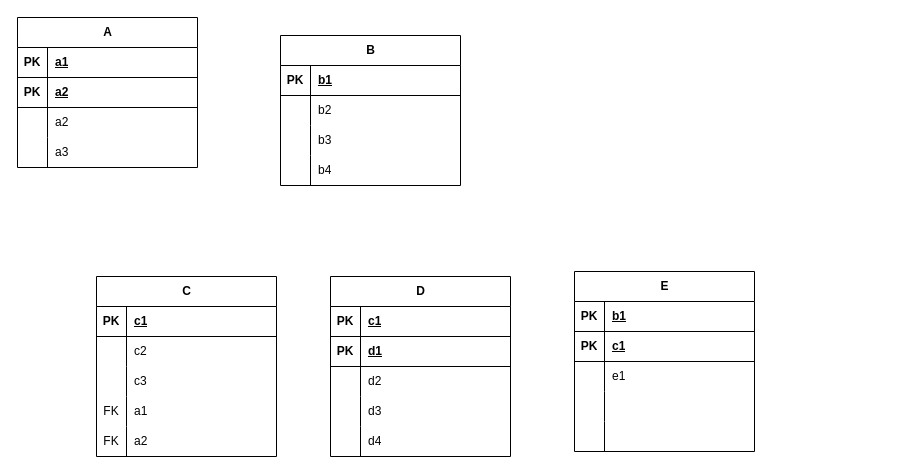
Before: ej7.drawio in DamianPiuselli/Diagrams, a draw.io diagram. Source tidied: cells renumbered, new cells numbered last; positions are measured from the earlier drawing's top-left corner, leaving out a move shared by most shapes. Both pictures are drawn from the tidied source at 100%, with x=0, y=0 at pixel (17, 17).
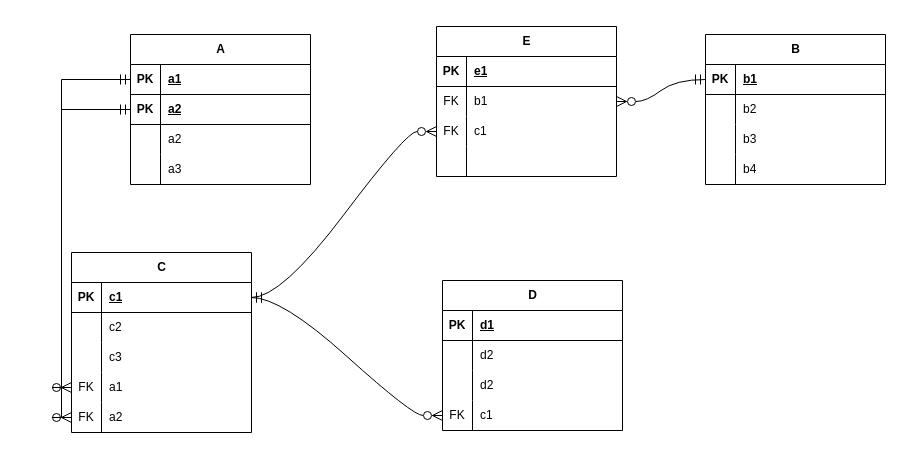
The same diagram, later.

The change refers to these unchanged cells:
```xml
<mxCell id="3" style="shape=tableRow;horizontal=0;startSize=0;swimlaneHead=0;swimlaneBody=0;fillColor=none;points=[[0,0.5],[1,0.5]];portConstraint=eastwest;top=0;left=0;right=0;bottom=1;" parent="2" vertex="1">
  <mxGeometry y="30" width="180" height="30" as="geometry" />
</mxCell>
<mxCell id="6" style="shape=tableRow;horizontal=0;startSize=0;swimlaneHead=0;swimlaneBody=0;fillColor=none;points=[[0,0.5],[1,0.5]];portConstraint=eastwest;top=0;left=0;right=0;bottom=1;" parent="2" vertex="1">
  <mxGeometry y="60" width="180" height="30" as="geometry" />
</mxCell>
<mxCell id="16" style="shape=tableRow;horizontal=0;startSize=0;swimlaneHead=0;swimlaneBody=0;fillColor=none;points=[[0,0.5],[1,0.5]];portConstraint=eastwest;top=0;left=0;right=0;bottom=1;" parent="15" vertex="1">
  <mxGeometry y="30" width="180" height="30" as="geometry" />
</mxCell>
<mxCell id="29" style="shape=tableRow;horizontal=0;startSize=0;swimlaneHead=0;swimlaneBody=0;fillColor=none;points=[[0,0.5],[1,0.5]];portConstraint=eastwest;top=0;left=0;right=0;bottom=1;" parent="28" vertex="1">
  <mxGeometry y="30" width="180" height="30" as="geometry" />
</mxCell>
<mxCell id="38" style="shape=tableRow;horizontal=0;startSize=0;swimlaneHead=0;swimlaneBody=0;fillColor=none;points=[[0,0.5],[1,0.5]];portConstraint=eastwest;top=0;left=0;right=0;bottom=0;" parent="28" vertex="1">
  <mxGeometry y="120" width="180" height="30" as="geometry" />
</mxCell>
<mxCell id="41" style="shape=tableRow;horizontal=0;startSize=0;swimlaneHead=0;swimlaneBody=0;fillColor=none;points=[[0,0.5],[1,0.5]];portConstraint=eastwest;top=0;left=0;right=0;bottom=0;" parent="28" vertex="1">
  <mxGeometry y="150" width="180" height="30" as="geometry" />
</mxCell>
```

Change to the diagram source:
```diff
@@
     <mxCell id="2" value="A" style="shape=table;startSize=30;childLayout=tableLayout;rowLines=0;fontStyle=1;align=center;html=1;" parent="1" vertex="1">
-      <mxGeometry width="180" height="150" as="geometry" />
+      <mxGeometry x="113" y="17" width="180" height="150" as="geometry" />
     </mxCell>
@@
     <mxCell id="15" value="B" style="shape=table;startSize=30;childLayout=tableLayout;rowLines=0;fontStyle=1;align=center;html=1;" parent="1" vertex="1">
-      <mxGeometry x="263" y="18" width="180" height="150" as="geometry" />
+      <mxGeometry x="688" y="17" width="180" height="150" as="geometry" />
     </mxCell>
@@
     <mxCell id="28" value="C" style="shape=table;startSize=30;childLayout=tableLayout;rowLines=0;fontStyle=1;align=center;html=1;" parent="1" vertex="1">
-      <mxGeometry x="79" y="259" width="180" height="180" as="geometry" />
+      <mxGeometry x="54" y="235" width="180" height="180" as="geometry" />
     </mxCell>
@@
+    <mxCell id="76" style="edgeStyle=orthogonalEdgeStyle;fontSize=12;html=1;endArrow=ERmandOne;startArrow=ERzeroToMany;rounded=0;startSize=8;endSize=8;entryX=0;entryY=0.5;entryDx=0;entryDy=0;exitX=0;exitY=0.5;exitDx=0;exitDy=0;startFill=0;" parent="1" edge="1" source="38" target="3">
+      <mxGeometry relative="1" as="geometry" />
+    </mxCell>
+    <mxCell id="77" style="edgeStyle=orthogonalEdgeStyle;fontSize=12;html=1;endArrow=ERmandOne;startArrow=ERzeroToMany;rounded=0;startSize=8;endSize=8;exitX=0;exitY=0.5;exitDx=0;exitDy=0;startFill=0;" parent="1" edge="1" source="41" target="6">
+      <mxGeometry relative="1" as="geometry" />
+    </mxCell>
+    <mxCell id="78" style="edgeStyle=entityRelationEdgeStyle;fontSize=12;html=1;endArrow=ERzeroToMany;startArrow=ERmandOne;rounded=0;startSize=8;endSize=8;curved=1;exitX=1;exitY=0.25;exitDx=0;exitDy=0;entryX=0;entryY=0.5;entryDx=0;entryDy=0;endFill=0;" parent="1" edge="1" source="28" target="89">
+      <mxGeometry relative="1" as="geometry" />
+    </mxCell>
+    <mxCell id="79" style="edgeStyle=entityRelationEdgeStyle;fontSize=12;html=1;endArrow=ERmandOne;startArrow=ERzeroToMany;rounded=0;startSize=8;endSize=8;curved=1;entryX=0;entryY=0.5;entryDx=0;entryDy=0;startFill=0;exitX=1;exitY=0.5;exitDx=0;exitDy=0;" parent="1" edge="1" source="94" target="16">
+      <mxGeometry relative="1" as="geometry" />
+    </mxCell>
+    <mxCell id="80" style="edgeStyle=entityRelationEdgeStyle;fontSize=12;html=1;endArrow=ERzeroToMany;startArrow=ERmandOne;rounded=0;startSize=8;endSize=8;curved=1;exitX=1;exitY=0.5;exitDx=0;exitDy=0;entryX=0;entryY=0.5;entryDx=0;entryDy=0;endFill=0;" parent="1" edge="1" source="29" target="96">
+      <mxGeometry relative="1" as="geometry" />
+    </mxCell>
     <mxCell id="44" value="D" style="shape=table;startSize=30;childLayout=tableLayout;rowLines=0;fontStyle=1;align=center;html=1;" parent="1" vertex="1">
-      <mxGeometry x="313" y="259" width="180" height="180" as="geometry" />
+      <mxGeometry x="425" y="263" width="180" height="150" as="geometry" />
     </mxCell>
-    <mxCell id="45" style="shape=tableRow;horizontal=0;startSize=0;swimlaneHead=0;swimlaneBody=0;fillColor=none;top=0;left=0;right=0;bottom=1;" parent="44" vertex="1">
-      <mxGeometry y="30" width="180" height="30" as="geometry" />
-    </mxCell>
-    <mxCell id="46" value="PK" style="shape=partialRectangle;fillColor=none;top=0;left=0;bottom=0;right=0;fontStyle=1;overflow=hidden;whiteSpace=wrap;html=1;" parent="45" vertex="1">
-      <mxGeometry width="30" height="30" as="geometry" />
-    </mxCell>
-    <mxCell id="47" value="c1" style="shape=partialRectangle;fillColor=none;top=0;left=0;bottom=0;right=0;align=left;spacingLeft=6;fontStyle=5;overflow=hidden;whiteSpace=wrap;html=1;" parent="45" vertex="1">
-      <mxGeometry x="30" width="150" height="30" as="geometry" />
-    </mxCell>
-    <mxCell id="48" style="shape=tableRow;horizontal=0;startSize=0;swimlaneHead=0;swimlaneBody=0;fillColor=none;top=0;left=0;right=0;bottom=1;" parent="44" vertex="1">
-      <mxGeometry y="60" width="180" height="30" as="geometry" />
-    </mxCell>
-    <mxCell id="49" value="PK" style="shape=partialRectangle;fillColor=none;top=0;left=0;bottom=0;right=0;fontStyle=1;overflow=hidden;whiteSpace=wrap;html=1;" parent="48" vertex="1">
-      <mxGeometry width="30" height="30" as="geometry" />
-    </mxCell>
+    <mxCell id="81" style="shape=tableRow;horizontal=0;startSize=0;swimlaneHead=0;swimlaneBody=0;fillColor=none;top=0;left=0;right=0;bottom=1;" parent="44" vertex="1">
+      <mxGeometry y="30" width="180" height="30" as="geometry" />
+    </mxCell>
+    <mxCell id="82" value="PK" style="shape=partialRectangle;fillColor=none;top=0;left=0;bottom=0;right=0;fontStyle=1;overflow=hidden;whiteSpace=wrap;html=1;" parent="81" vertex="1">
+      <mxGeometry width="30" height="30" as="geometry" />
+    </mxCell>
-    <mxCell id="50" value="d1" style="shape=partialRectangle;fillColor=none;top=0;left=0;bottom=0;right=0;align=left;spacingLeft=6;fontStyle=5;overflow=hidden;whiteSpace=wrap;html=1;" parent="48" vertex="1">
+    <mxCell id="50" value="d1" style="shape=partialRectangle;fillColor=none;top=0;left=0;bottom=0;right=0;align=left;spacingLeft=6;fontStyle=5;overflow=hidden;whiteSpace=wrap;html=1;" parent="81" vertex="1">
       <mxGeometry x="30" width="150" height="30" as="geometry" />
     </mxCell>
-    <mxCell id="51" style="shape=tableRow;horizontal=0;startSize=0;swimlaneHead=0;swimlaneBody=0;fillColor=none;top=0;left=0;right=0;bottom=0;" parent="44" vertex="1">
-      <mxGeometry y="90" width="180" height="30" as="geometry" />
-    </mxCell>
-    <mxCell id="52" style="shape=partialRectangle;fillColor=none;top=0;left=0;bottom=0;right=0;overflow=hidden;whiteSpace=wrap;html=1;" parent="51" vertex="1">
-      <mxGeometry width="30" height="30" as="geometry" />
-    </mxCell>
-    <mxCell id="53" value="d2" style="shape=partialRectangle;fillColor=none;top=0;left=0;bottom=0;right=0;align=left;spacingLeft=6;overflow=hidden;whiteSpace=wrap;html=1;" parent="51" vertex="1">
-      <mxGeometry x="30" width="150" height="30" as="geometry" />
-    </mxCell>
-    <mxCell id="54" style="shape=tableRow;horizontal=0;startSize=0;swimlaneHead=0;swimlaneBody=0;fillColor=none;top=0;left=0;right=0;bottom=0;" parent="44" vertex="1">
-      <mxGeometry y="120" width="180" height="30" as="geometry" />
-    </mxCell>
-    <mxCell id="55" style="shape=partialRectangle;fillColor=none;top=0;left=0;bottom=0;right=0;overflow=hidden;whiteSpace=wrap;html=1;" parent="54" vertex="1">
-      <mxGeometry width="30" height="30" as="geometry" />
-    </mxCell>
-    <mxCell id="56" value="d3" style="shape=partialRectangle;fillColor=none;top=0;left=0;bottom=0;right=0;align=left;spacingLeft=6;overflow=hidden;whiteSpace=wrap;html=1;" parent="54" vertex="1">
-      <mxGeometry x="30" width="150" height="30" as="geometry" />
-    </mxCell>
-    <mxCell id="57" style="shape=tableRow;horizontal=0;startSize=0;swimlaneHead=0;swimlaneBody=0;fillColor=none;top=0;left=0;right=0;bottom=0;" parent="44" vertex="1">
-      <mxGeometry y="150" width="180" height="30" as="geometry" />
-    </mxCell>
-    <mxCell id="58" style="shape=partialRectangle;fillColor=none;top=0;left=0;bottom=0;right=0;overflow=hidden;whiteSpace=wrap;html=1;" parent="57" vertex="1">
-      <mxGeometry width="30" height="30" as="geometry" />
-    </mxCell>
-    <mxCell id="59" value="d4" style="shape=partialRectangle;fillColor=none;top=0;left=0;bottom=0;right=0;align=left;spacingLeft=6;overflow=hidden;whiteSpace=wrap;html=1;" parent="57" vertex="1">
-      <mxGeometry x="30" width="150" height="30" as="geometry" />
-    </mxCell>
+    <mxCell id="83" style="shape=tableRow;horizontal=0;startSize=0;swimlaneHead=0;swimlaneBody=0;fillColor=none;top=0;left=0;right=0;bottom=0;" parent="44" vertex="1">
+      <mxGeometry y="60" width="180" height="30" as="geometry" />
+    </mxCell>
+    <mxCell id="84" style="shape=partialRectangle;fillColor=none;top=0;left=0;bottom=0;right=0;overflow=hidden;whiteSpace=wrap;html=1;" parent="83" vertex="1">
+      <mxGeometry width="30" height="30" as="geometry" />
+    </mxCell>
+    <mxCell id="85" value="d2" style="shape=partialRectangle;fillColor=none;top=0;left=0;bottom=0;right=0;align=left;spacingLeft=6;overflow=hidden;whiteSpace=wrap;html=1;" parent="83" vertex="1">
+      <mxGeometry x="30" width="150" height="30" as="geometry" />
+    </mxCell>
+    <mxCell id="86" style="shape=tableRow;horizontal=0;startSize=0;swimlaneHead=0;swimlaneBody=0;fillColor=none;top=0;left=0;right=0;bottom=0;" parent="44" vertex="1">
+      <mxGeometry y="90" width="180" height="30" as="geometry" />
+    </mxCell>
+    <mxCell id="87" style="shape=partialRectangle;fillColor=none;top=0;left=0;bottom=0;right=0;overflow=hidden;whiteSpace=wrap;html=1;" parent="86" vertex="1">
+      <mxGeometry width="30" height="30" as="geometry" />
+    </mxCell>
+    <mxCell id="88" value="d2" style="shape=partialRectangle;fillColor=none;top=0;left=0;bottom=0;right=0;align=left;spacingLeft=6;overflow=hidden;whiteSpace=wrap;html=1;" parent="86" vertex="1">
+      <mxGeometry x="30" width="150" height="30" as="geometry" />
+    </mxCell>
+    <mxCell id="89" style="shape=tableRow;horizontal=0;startSize=0;swimlaneHead=0;swimlaneBody=0;fillColor=none;points=[[0,0.5],[1,0.5]];portConstraint=eastwest;top=0;left=0;right=0;bottom=0;" parent="44" vertex="1">
+      <mxGeometry y="120" width="180" height="30" as="geometry" />
+    </mxCell>
+    <mxCell id="90" value="FK" style="shape=partialRectangle;fillColor=none;top=0;left=0;bottom=0;right=0;overflow=hidden;whiteSpace=wrap;html=1;" parent="89" vertex="1">
+      <mxGeometry width="30" height="30" as="geometry" />
+    </mxCell>
+    <mxCell id="91" value="c1" style="shape=partialRectangle;fillColor=none;top=0;left=0;bottom=0;right=0;align=left;spacingLeft=6;overflow=hidden;whiteSpace=wrap;html=1;" parent="89" vertex="1">
+      <mxGeometry x="30" width="150" height="30" as="geometry" />
+    </mxCell>
     <mxCell id="60" value="E" style="shape=table;startSize=30;childLayout=tableLayout;rowLines=0;fontStyle=1;align=center;html=1;" parent="1" vertex="1">
-      <mxGeometry x="557" y="254" width="180" height="180" as="geometry" />
+      <mxGeometry x="419" y="9" width="180" height="150" as="geometry" />
     </mxCell>
-    <mxCell id="61" style="shape=tableRow;horizontal=0;startSize=0;swimlaneHead=0;swimlaneBody=0;fillColor=none;top=0;left=0;right=0;bottom=1;" parent="60" vertex="1">
-      <mxGeometry y="30" width="180" height="30" as="geometry" />
-    </mxCell>
-    <mxCell id="62" value="PK" style="shape=partialRectangle;fillColor=none;top=0;left=0;bottom=0;right=0;fontStyle=1;overflow=hidden;whiteSpace=wrap;html=1;" parent="61" vertex="1">
-      <mxGeometry width="30" height="30" as="geometry" />
-    </mxCell>
+    <mxCell id="92" style="shape=tableRow;horizontal=0;startSize=0;swimlaneHead=0;swimlaneBody=0;fillColor=none;top=0;left=0;right=0;bottom=1;" parent="60" vertex="1">
+      <mxGeometry y="30" width="180" height="30" as="geometry" />
+    </mxCell>
+    <mxCell id="93" value="PK" style="shape=partialRectangle;fillColor=none;top=0;left=0;bottom=0;right=0;fontStyle=1;overflow=hidden;whiteSpace=wrap;html=1;" parent="92" vertex="1">
+      <mxGeometry width="30" height="30" as="geometry" />
+    </mxCell>
+    <mxCell id="69" value="e1" style="shape=partialRectangle;fillColor=none;top=0;left=0;bottom=0;right=0;align=left;spacingLeft=6;fontStyle=5;overflow=hidden;whiteSpace=wrap;html=1;" parent="92" vertex="1">
+      <mxGeometry x="30" width="150" height="30" as="geometry" />
+    </mxCell>
+    <mxCell id="94" style="shape=tableRow;horizontal=0;startSize=0;swimlaneHead=0;swimlaneBody=0;fillColor=none;points=[[0,0.5],[1,0.5]];portConstraint=eastwest;top=0;left=0;right=0;bottom=0;" parent="60" vertex="1">
+      <mxGeometry y="60" width="180" height="30" as="geometry" />
+    </mxCell>
+    <mxCell id="95" value="FK" style="shape=partialRectangle;fillColor=none;top=0;left=0;bottom=0;right=0;overflow=hidden;whiteSpace=wrap;html=1;" parent="94" vertex="1">
+      <mxGeometry width="30" height="30" as="geometry" />
+    </mxCell>
-    <mxCell id="63" value="b1" style="shape=partialRectangle;fillColor=none;top=0;left=0;bottom=0;right=0;align=left;spacingLeft=6;fontStyle=5;overflow=hidden;whiteSpace=wrap;html=1;" parent="61" vertex="1">
+    <mxCell id="63" value="b1" style="shape=partialRectangle;fillColor=none;top=0;left=0;bottom=0;right=0;align=left;spacingLeft=6;overflow=hidden;whiteSpace=wrap;html=1;" parent="94" vertex="1">
       <mxGeometry x="30" width="150" height="30" as="geometry" />
     </mxCell>
-    <mxCell id="64" style="shape=tableRow;horizontal=0;startSize=0;swimlaneHead=0;swimlaneBody=0;fillColor=none;top=0;left=0;right=0;bottom=1;" parent="60" vertex="1">
-      <mxGeometry y="60" width="180" height="30" as="geometry" />
-    </mxCell>
-    <mxCell id="65" value="PK" style="shape=partialRectangle;fillColor=none;top=0;left=0;bottom=0;right=0;fontStyle=1;overflow=hidden;whiteSpace=wrap;html=1;" parent="64" vertex="1">
-      <mxGeometry width="30" height="30" as="geometry" />
-    </mxCell>
-    <mxCell id="66" value="c1" style="shape=partialRectangle;fillColor=none;top=0;left=0;bottom=0;right=0;align=left;spacingLeft=6;fontStyle=5;overflow=hidden;whiteSpace=wrap;html=1;" parent="64" vertex="1">
-      <mxGeometry x="30" width="150" height="30" as="geometry" />
-    </mxCell>
-    <mxCell id="67" style="shape=tableRow;horizontal=0;startSize=0;swimlaneHead=0;swimlaneBody=0;fillColor=none;top=0;left=0;right=0;bottom=0;" parent="60" vertex="1">
-      <mxGeometry y="90" width="180" height="30" as="geometry" />
-    </mxCell>
-    <mxCell id="68" style="shape=partialRectangle;fillColor=none;top=0;left=0;bottom=0;right=0;overflow=hidden;whiteSpace=wrap;html=1;" parent="67" vertex="1">
-      <mxGeometry width="30" height="30" as="geometry" />
-    </mxCell>
-    <mxCell id="69" value="e1" style="shape=partialRectangle;fillColor=none;top=0;left=0;bottom=0;right=0;align=left;spacingLeft=6;overflow=hidden;whiteSpace=wrap;html=1;" parent="67" vertex="1">
-      <mxGeometry x="30" width="150" height="30" as="geometry" />
-    </mxCell>
-    <mxCell id="70" style="shape=tableRow;horizontal=0;startSize=0;swimlaneHead=0;swimlaneBody=0;fillColor=none;top=0;left=0;right=0;bottom=0;" parent="60" vertex="1">
-      <mxGeometry y="120" width="180" height="30" as="geometry" />
-    </mxCell>
-    <mxCell id="71" style="shape=partialRectangle;fillColor=none;top=0;left=0;bottom=0;right=0;overflow=hidden;whiteSpace=wrap;html=1;" parent="70" vertex="1">
-      <mxGeometry width="30" height="30" as="geometry" />
-    </mxCell>
-    <mxCell id="72" style="shape=partialRectangle;fillColor=none;top=0;left=0;bottom=0;right=0;align=left;spacingLeft=6;overflow=hidden;whiteSpace=wrap;html=1;" parent="70" vertex="1">
-      <mxGeometry x="30" width="150" height="30" as="geometry" />
-    </mxCell>
-    <mxCell id="73" style="shape=tableRow;horizontal=0;startSize=0;swimlaneHead=0;swimlaneBody=0;fillColor=none;top=0;left=0;right=0;bottom=0;" parent="60" vertex="1">
-      <mxGeometry y="150" width="180" height="30" as="geometry" />
-    </mxCell>
-    <mxCell id="74" style="shape=partialRectangle;fillColor=none;top=0;left=0;bottom=0;right=0;overflow=hidden;whiteSpace=wrap;html=1;" parent="73" vertex="1">
-      <mxGeometry width="30" height="30" as="geometry" />
-    </mxCell>
-    <mxCell id="75" style="shape=partialRectangle;fillColor=none;top=0;left=0;bottom=0;right=0;align=left;spacingLeft=6;overflow=hidden;whiteSpace=wrap;html=1;" parent="73" vertex="1">
-      <mxGeometry x="30" width="150" height="30" as="geometry" />
-    </mxCell>
+    <mxCell id="96" style="shape=tableRow;horizontal=0;startSize=0;swimlaneHead=0;swimlaneBody=0;fillColor=none;points=[[0,0.5],[1,0.5]];portConstraint=eastwest;top=0;left=0;right=0;bottom=0;" parent="60" vertex="1">
+      <mxGeometry y="90" width="180" height="30" as="geometry" />
+    </mxCell>
+    <mxCell id="97" value="FK" style="shape=partialRectangle;fillColor=none;top=0;left=0;bottom=0;right=0;overflow=hidden;whiteSpace=wrap;html=1;" parent="96" vertex="1">
+      <mxGeometry width="30" height="30" as="geometry" />
+    </mxCell>
+    <mxCell id="98" value="c1" style="shape=partialRectangle;fillColor=none;top=0;left=0;bottom=0;right=0;align=left;spacingLeft=6;overflow=hidden;whiteSpace=wrap;html=1;" parent="96" vertex="1">
+      <mxGeometry x="30" width="150" height="30" as="geometry" />
+    </mxCell>
+    <mxCell id="99" style="shape=tableRow;horizontal=0;startSize=0;swimlaneHead=0;swimlaneBody=0;fillColor=none;top=0;left=0;right=0;bottom=0;" parent="60" vertex="1">
+      <mxGeometry y="120" width="180" height="30" as="geometry" />
+    </mxCell>
+    <mxCell id="100" style="shape=partialRectangle;fillColor=none;top=0;left=0;bottom=0;right=0;overflow=hidden;whiteSpace=wrap;html=1;" parent="99" vertex="1">
+      <mxGeometry width="30" height="30" as="geometry" />
+    </mxCell>
+    <mxCell id="101" style="shape=partialRectangle;fillColor=none;top=0;left=0;bottom=0;right=0;align=left;spacingLeft=6;overflow=hidden;whiteSpace=wrap;html=1;" parent="99" vertex="1">
+      <mxGeometry x="30" width="150" height="30" as="geometry" />
+    </mxCell>
```
